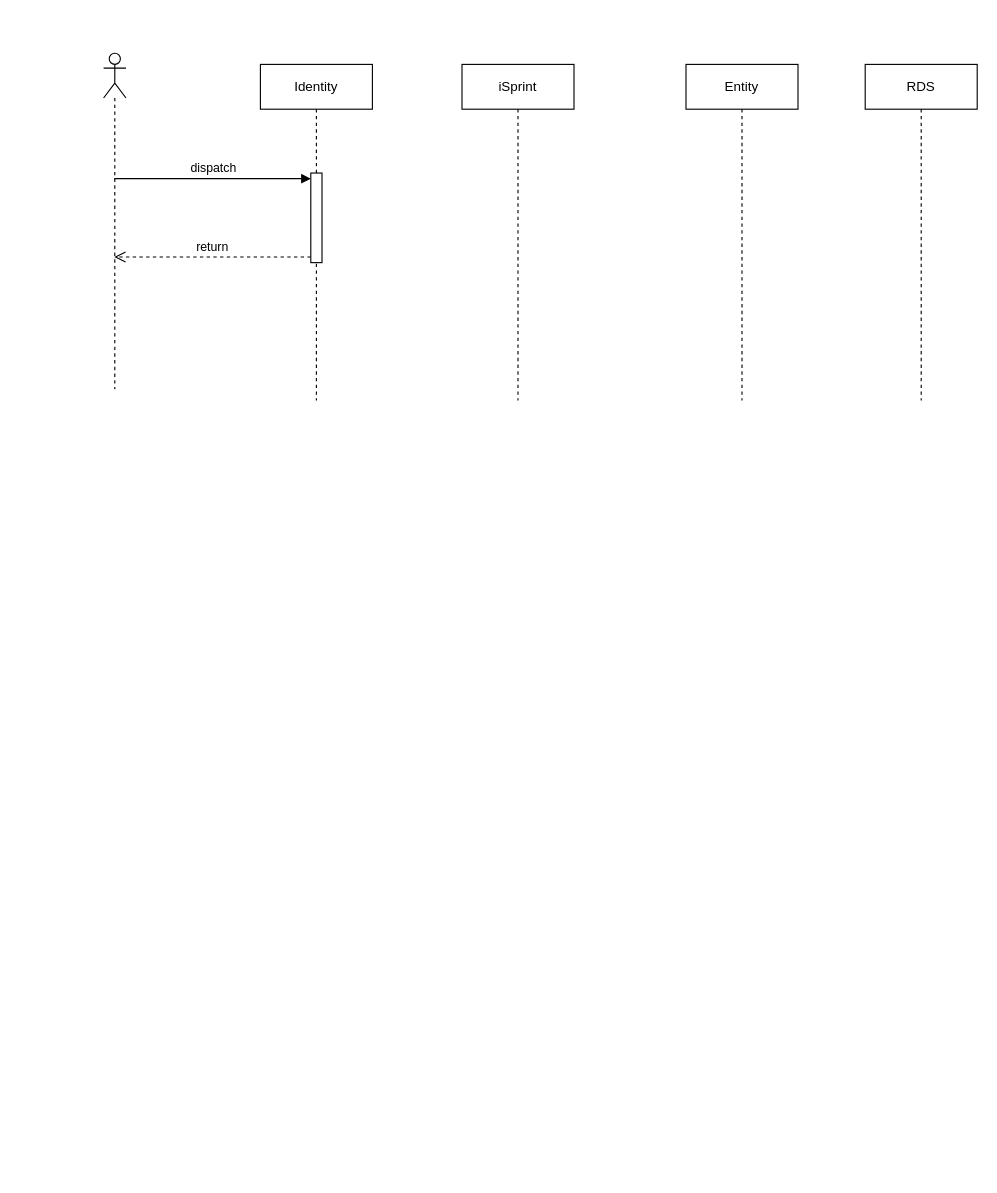
The draw.io diagram Untitled Diagram.drawio in ajeeshraj56/drawio, before the edit. Source tidied: cells renumbered, new cells numbered last; positions are measured from the earlier drawing's top-left corner, leaving out a move shared by most shapes. Both pictures are drawn from the tidied source at 112%, with x=0, y=0 at pixel (103, 53).
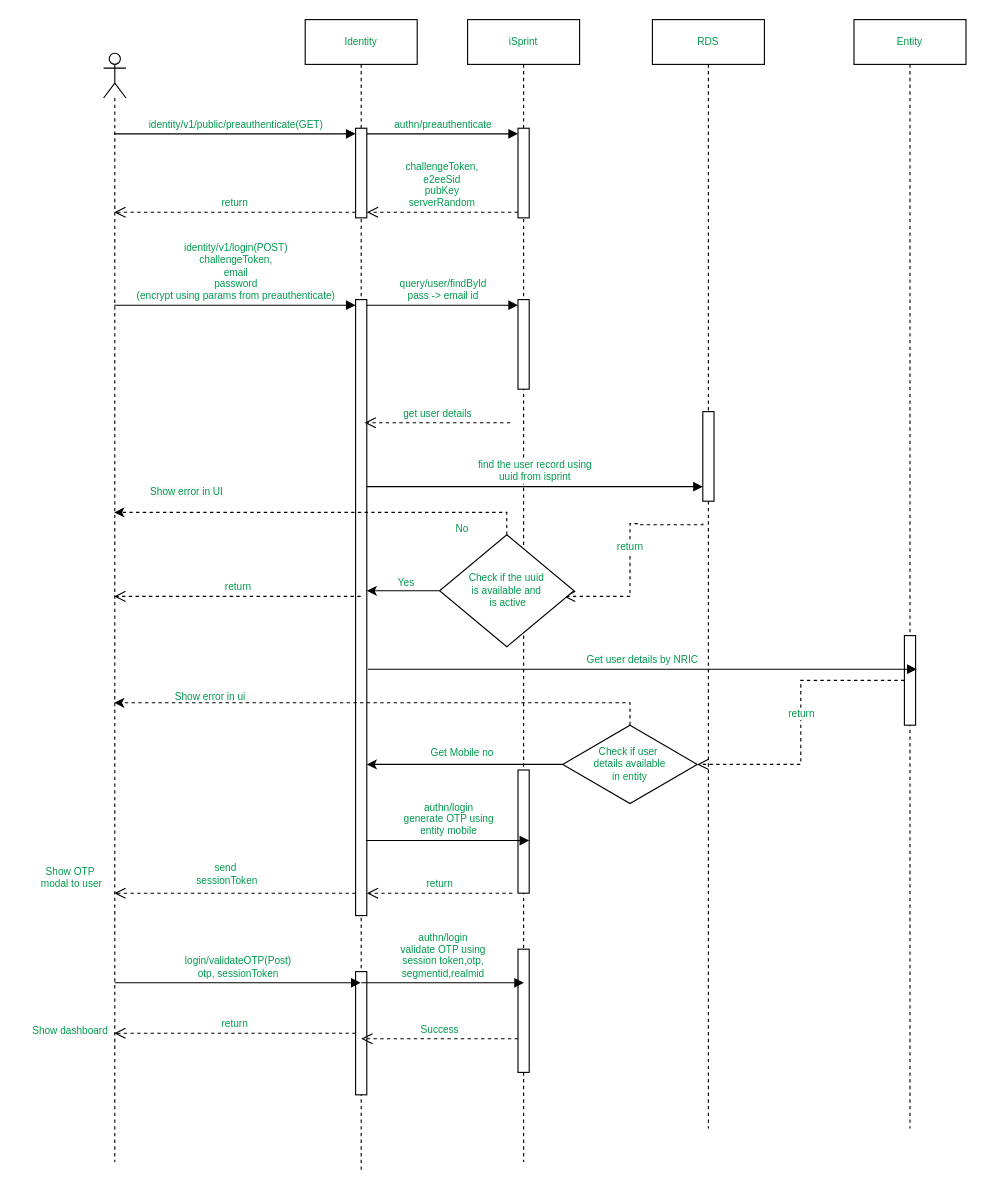
The same page after the edit.

What changed in the source:
```diff
@@
-    <mxCell id="2" style="shape=umlLifeline;perimeter=lifelinePerimeter;whiteSpace=wrap;html=1;outlineConnect=0;portConstraint=eastwest;newEdgeStyle={&quot;curved&quot;:0,&quot;rounded&quot;:0};participant=umlActor;" parent="1" vertex="1">
-      <mxGeometry width="20" height="300" as="geometry" />
+    <mxCell id="2" style="shape=umlLifeline;perimeter=lifelinePerimeter;whiteSpace=wrap;html=1;outlineConnect=0;portConstraint=eastwest;newEdgeStyle={&quot;curved&quot;:0,&quot;rounded&quot;:0};participant=umlActor;fontColor=#00994D;fontSize=9;" parent="1" vertex="1">
+      <mxGeometry width="20" height="990" as="geometry" />
     </mxCell>
-    <mxCell id="3" value="Identity" style="shape=umlLifeline;perimeter=lifelinePerimeter;whiteSpace=wrap;html=1;outlineConnect=0;portConstraint=eastwest;newEdgeStyle={&quot;curved&quot;:0,&quot;rounded&quot;:0};" parent="1" vertex="1">
-      <mxGeometry x="140" y="10" width="100" height="300" as="geometry" />
+    <mxCell id="3" value="Identity" style="shape=umlLifeline;perimeter=lifelinePerimeter;whiteSpace=wrap;html=1;outlineConnect=0;portConstraint=eastwest;newEdgeStyle={&quot;curved&quot;:0,&quot;rounded&quot;:0};fontColor=#00994D;fontSize=9;" parent="1" vertex="1">
+      <mxGeometry x="180" y="-30" width="100" height="1030" as="geometry" />
     </mxCell>
-    <mxCell id="4" style="html=1;points=[[0,0,0,0,5],[0,1,0,0,-5],[1,0,0,0,5],[1,1,0,0,-5]];perimeter=orthogonalPerimeter;outlineConnect=0;targetShapes=umlLifeline;portConstraint=eastwest;newEdgeStyle={&quot;curved&quot;:0,&quot;rounded&quot;:0};" parent="3" vertex="1">
+    <mxCell id="4" style="html=1;points=[[0,0,0,0,5],[0,1,0,0,-5],[1,0,0,0,5],[1,1,0,0,-5]];perimeter=orthogonalPerimeter;outlineConnect=0;targetShapes=umlLifeline;portConstraint=eastwest;newEdgeStyle={&quot;curved&quot;:0,&quot;rounded&quot;:0};fontColor=#00994D;fontSize=9;" parent="3" vertex="1">
       <mxGeometry x="45" y="97" width="10" height="80" as="geometry" />
     </mxCell>
+    <mxCell id="10" style="html=1;points=[[0,0,0,0,5],[0,1,0,0,-5],[1,0,0,0,5],[1,1,0,0,-5]];perimeter=orthogonalPerimeter;outlineConnect=0;targetShapes=umlLifeline;portConstraint=eastwest;newEdgeStyle={&quot;curved&quot;:0,&quot;rounded&quot;:0};fontColor=#00994D;fontSize=9;" parent="3" vertex="1">
+      <mxGeometry x="45" y="250" width="10" height="550" as="geometry" />
+    </mxCell>
+    <mxCell id="11" style="html=1;points=[[0,0,0,0,5],[0,1,0,0,-5],[1,0,0,0,5],[1,1,0,0,-5]];perimeter=orthogonalPerimeter;outlineConnect=0;targetShapes=umlLifeline;portConstraint=eastwest;newEdgeStyle={&quot;curved&quot;:0,&quot;rounded&quot;:0};fontColor=#00994D;fontSize=9;" parent="3" vertex="1">
+      <mxGeometry x="45" y="850" width="10" height="110" as="geometry" />
+    </mxCell>
-    <mxCell id="5" value="iSprint" style="shape=umlLifeline;perimeter=lifelinePerimeter;whiteSpace=wrap;html=1;newEdgeStyle={&quot;curved&quot;:0,&quot;rounded&quot;:0};" parent="1" vertex="1">
-      <mxGeometry x="320" y="10" width="100" height="300" as="geometry" />
+    <mxCell id="5" value="iSprint" style="shape=umlLifeline;perimeter=lifelinePerimeter;whiteSpace=wrap;html=1;newEdgeStyle={&quot;curved&quot;:0,&quot;rounded&quot;:0};fontColor=#00994D;fontSize=9;" parent="1" vertex="1">
+      <mxGeometry x="325" y="-30" width="100" height="1020" as="geometry" />
     </mxCell>
+    <mxCell id="12" style="html=1;points=[[0,0,0,0,5],[0,1,0,0,-5],[1,0,0,0,5],[1,1,0,0,-5]];perimeter=orthogonalPerimeter;outlineConnect=0;targetShapes=umlLifeline;portConstraint=eastwest;newEdgeStyle={&quot;curved&quot;:0,&quot;rounded&quot;:0};fontColor=#00994D;fontSize=9;" parent="5" vertex="1">
+      <mxGeometry x="45" y="97" width="10" height="80" as="geometry" />
+    </mxCell>
+    <mxCell id="13" style="html=1;points=[[0,0,0,0,5],[0,1,0,0,-5],[1,0,0,0,5],[1,1,0,0,-5]];perimeter=orthogonalPerimeter;outlineConnect=0;targetShapes=umlLifeline;portConstraint=eastwest;newEdgeStyle={&quot;curved&quot;:0,&quot;rounded&quot;:0};fontColor=#00994D;fontSize=9;" parent="5" vertex="1">
+      <mxGeometry x="45" y="250" width="10" height="80" as="geometry" />
+    </mxCell>
+    <mxCell id="14" style="html=1;perimeter=orthogonalPerimeter;targetShapes=umlLifeline;newEdgeStyle={&quot;curved&quot;:0,&quot;rounded&quot;:0};fontColor=#00994D;fontSize=9;" parent="5" vertex="1">
+      <mxGeometry x="45" y="670" width="10" height="110" as="geometry" />
+    </mxCell>
+    <mxCell id="15" style="html=1;points=[[0,0,0,0,5],[0,1,0,0,-5],[1,0,0,0,5],[1,1,0,0,-5]];perimeter=orthogonalPerimeter;outlineConnect=0;targetShapes=umlLifeline;portConstraint=eastwest;newEdgeStyle={&quot;curved&quot;:0,&quot;rounded&quot;:0};fontColor=#00994D;fontSize=9;" parent="5" vertex="1">
+      <mxGeometry x="45" y="830" width="10" height="110" as="geometry" />
+    </mxCell>
-    <mxCell id="6" value="Entity" style="shape=umlLifeline;perimeter=lifelinePerimeter;whiteSpace=wrap;html=1;newEdgeStyle={&quot;curved&quot;:0,&quot;rounded&quot;:0};" parent="1" vertex="1">
-      <mxGeometry x="520" y="10" width="100" height="300" as="geometry" />
+    <mxCell id="6" value="RDS" style="shape=umlLifeline;perimeter=lifelinePerimeter;whiteSpace=wrap;html=1;newEdgeStyle={&quot;curved&quot;:0,&quot;rounded&quot;:0};fontColor=#00994D;fontSize=9;" parent="1" vertex="1">
+      <mxGeometry x="490" y="-30" width="100" height="990" as="geometry" />
     </mxCell>
+    <mxCell id="16" style="html=1;perimeter=orthogonalPerimeter;targetShapes=umlLifeline;newEdgeStyle={&quot;curved&quot;:0,&quot;rounded&quot;:0};fontColor=#00994D;fontSize=9;" parent="6" vertex="1">
+      <mxGeometry x="45" y="350" width="10" height="80" as="geometry" />
+    </mxCell>
-    <mxCell id="7" value="RDS" style="shape=umlLifeline;perimeter=lifelinePerimeter;whiteSpace=wrap;html=1;newEdgeStyle={&quot;curved&quot;:0,&quot;rounded&quot;:0};" parent="1" vertex="1">
-      <mxGeometry x="680" y="10" width="100" height="300" as="geometry" />
+    <mxCell id="7" value="Entity" style="shape=umlLifeline;perimeter=lifelinePerimeter;whiteSpace=wrap;html=1;newEdgeStyle={&quot;curved&quot;:0,&quot;rounded&quot;:0};fontColor=#00994D;fontSize=9;" parent="1" vertex="1">
+      <mxGeometry x="670" y="-30" width="100" height="990" as="geometry" />
     </mxCell>
+    <mxCell id="17" style="html=1;points=[[0,0,0,0,5],[0,1,0,0,-5],[1,0,0,0,5],[1,1,0,0,-5]];perimeter=orthogonalPerimeter;outlineConnect=0;targetShapes=umlLifeline;portConstraint=eastwest;newEdgeStyle={&quot;curved&quot;:0,&quot;rounded&quot;:0};fontColor=#00994D;fontSize=9;" parent="7" vertex="1">
+      <mxGeometry x="45" y="550" width="10" height="80" as="geometry" />
+    </mxCell>
-    <mxCell id="8" value="dispatch" style="html=1;verticalAlign=bottom;endArrow=block;curved=0;rounded=0;entryX=0;entryY=0;entryDx=0;entryDy=5;" parent="1" edge="1" source="2" target="4">
+    <mxCell id="8" value="&lt;font style=&quot;font-size: 9px;&quot;&gt;identity/v1/public/preauthenticate(GET)&lt;/font&gt;" style="html=1;verticalAlign=bottom;endArrow=block;curved=0;rounded=0;entryX=0;entryY=0;entryDx=0;entryDy=5;fontColor=#00994D;fontSize=9;" parent="1" edge="1" source="2" target="4">
       <mxGeometry relative="1" as="geometry" />
     </mxCell>
-    <mxCell id="9" value="return" style="html=1;verticalAlign=bottom;endArrow=open;dashed=1;endSize=8;curved=0;rounded=0;exitX=0;exitY=1;exitDx=0;exitDy=-5;" parent="1" edge="1" source="4" target="2">
+    <mxCell id="9" value="return" style="html=1;verticalAlign=bottom;endArrow=open;dashed=1;endSize=8;curved=0;rounded=0;exitX=0;exitY=1;exitDx=0;exitDy=-5;fontColor=#00994D;fontSize=9;" parent="1" edge="1" source="4" target="2">
       <mxGeometry relative="1" as="geometry" />
     </mxCell>
+    <mxCell id="18" value="&lt;font style=&quot;font-size: 9px;&quot;&gt;authn/preauthenticate&lt;/font&gt;" style="html=1;verticalAlign=bottom;endArrow=block;curved=0;rounded=0;entryX=0;entryY=0;entryDx=0;entryDy=5;fontColor=#00994D;fontSize=9;" parent="1" edge="1" source="4" target="12">
+      <mxGeometry relative="1" as="geometry" />
+    </mxCell>
+    <mxCell id="19" value="&lt;font style=&quot;font-size: 9px;&quot;&gt;challengeToken,&lt;br style=&quot;font-size: 9px;&quot;&gt;e2eeSid&lt;br style=&quot;font-size: 9px;&quot;&gt;pubKey&lt;br style=&quot;font-size: 9px;&quot;&gt;serverRandom&lt;/font&gt;" style="html=1;verticalAlign=bottom;endArrow=open;dashed=1;endSize=8;curved=0;rounded=0;exitX=0;exitY=1;exitDx=0;exitDy=-5;entryX=1;entryY=1;entryDx=0;entryDy=-5;entryPerimeter=0;fontColor=#00994D;fontSize=9;" parent="1" edge="1" source="12" target="4">
+      <mxGeometry relative="1" as="geometry" />
+    </mxCell>
+    <mxCell id="20" value="&lt;font style=&quot;font-size: 9px;&quot;&gt;identity/v1/login(POST)&lt;br style=&quot;font-size: 9px;&quot;&gt;challengeToken,&lt;br style=&quot;font-size: 9px;&quot;&gt;email&lt;br style=&quot;font-size: 9px;&quot;&gt;password &lt;br style=&quot;font-size: 9px;&quot;&gt;(encrypt using params from preauthenticate)&lt;/font&gt;" style="html=1;verticalAlign=bottom;endArrow=block;curved=0;rounded=0;entryX=0;entryY=0;entryDx=0;entryDy=5;fontColor=#00994D;fontSize=9;" parent="1" edge="1" source="2" target="10">
+      <mxGeometry relative="1" as="geometry" />
+    </mxCell>
+    <mxCell id="21" value="&lt;font style=&quot;font-size: 9px;&quot;&gt;query/user/findById&lt;br style=&quot;font-size: 9px;&quot;&gt;pass -&amp;gt; email id&lt;br style=&quot;font-size: 9px;&quot;&gt;&lt;/font&gt;" style="html=1;verticalAlign=bottom;endArrow=block;curved=0;rounded=0;exitX=1;exitY=0;exitDx=0;exitDy=5;exitPerimeter=0;entryX=0;entryY=0;entryDx=0;entryDy=5;entryPerimeter=0;fontColor=#00994D;fontSize=9;" parent="1" edge="1" source="10" target="13">
+      <mxGeometry relative="1" as="geometry" />
+    </mxCell>
+    <mxCell id="22" value="&lt;span style=&quot;font-size: 9px;&quot;&gt;get user details&lt;/span&gt;" style="html=1;verticalAlign=bottom;endArrow=open;dashed=1;endSize=8;curved=0;rounded=0;exitX=0;exitY=1;exitDx=0;exitDy=-5;entryX=1;entryY=1;entryDx=0;entryDy=-5;entryPerimeter=0;fontColor=#00994D;fontSize=9;" parent="1" edge="1">
+      <mxGeometry relative="1" as="geometry">
+        <mxPoint x="363" y="330" as="sourcePoint" />
+        <mxPoint x="233" y="330" as="targetPoint" />
+      </mxGeometry>
+    </mxCell>
+    <mxCell id="23" value="&lt;font style=&quot;font-size: 9px;&quot;&gt;find the user record using &lt;br style=&quot;font-size: 9px;&quot;&gt;uuid from isprint&lt;br style=&quot;font-size: 9px;&quot;&gt;&lt;/font&gt;" style="html=1;verticalAlign=bottom;endArrow=block;curved=0;rounded=0;fontColor=#00994D;fontSize=9;" parent="1" edge="1">
+      <mxGeometry relative="1" as="geometry">
+        <mxPoint x="235" y="387" as="sourcePoint" />
+        <mxPoint x="535" y="387" as="targetPoint" />
+      </mxGeometry>
+    </mxCell>
+    <mxCell id="24" value="return" style="html=1;verticalAlign=bottom;endArrow=open;dashed=1;endSize=8;rounded=0;entryX=0.925;entryY=0.55;entryDx=0;entryDy=0;entryPerimeter=0;strokeColor=default;edgeStyle=orthogonalEdgeStyle;fontColor=#00994D;fontSize=9;" parent="1" edge="1" target="27">
+      <mxGeometry relative="1" as="geometry">
+        <mxPoint x="535" y="420" as="sourcePoint" />
+        <Array as="points">
+          <mxPoint x="535" y="421" />
+          <mxPoint x="478" y="421" />
+          <mxPoint x="478" y="420" />
+          <mxPoint x="470" y="420" />
+          <mxPoint x="470" y="485" />
+        </Array>
+      </mxGeometry>
+    </mxCell>
+    <mxCell id="25" style="rounded=0;jettySize=auto;html=1;exitX=0;exitY=0.5;exitDx=0;exitDy=0;fontColor=#00994D;fontSize=9;" parent="1" edge="1" source="27" target="10">
+      <mxGeometry relative="1" as="geometry" />
+    </mxCell>
+    <mxCell id="26" style="edgeStyle=orthogonalEdgeStyle;rounded=0;jettySize=auto;html=1;exitX=0.5;exitY=0;exitDx=0;exitDy=0;dashed=1;fontColor=#00994D;fontSize=9;" parent="1" edge="1" source="27" target="2">
+      <mxGeometry relative="1" as="geometry">
+        <Array as="points">
+          <mxPoint x="360" y="410" />
+        </Array>
+      </mxGeometry>
+    </mxCell>
+    <mxCell id="27" value="&lt;font style=&quot;font-size: 9px;&quot;&gt;Check if the uuid &lt;br style=&quot;font-size: 9px;&quot;&gt;is available and&lt;br style=&quot;font-size: 9px;&quot;&gt;&amp;nbsp;is active&lt;/font&gt;" style="rhombus;whiteSpace=wrap;html=1;fontColor=#00994D;fontSize=9;" parent="1" vertex="1">
+      <mxGeometry x="300" y="430" width="120" height="100" as="geometry" />
+    </mxCell>
+    <mxCell id="28" value="No" style="text;html=1;align=center;verticalAlign=middle;strokeColor=none;fillColor=none;fontColor=#00994D;fontSize=9;" parent="1" vertex="1">
+      <mxGeometry x="300" y="415" width="40" height="20" as="geometry" />
+    </mxCell>
+    <mxCell id="29" value="Yes" style="text;html=1;align=center;verticalAlign=middle;strokeColor=none;fillColor=none;fontColor=#00994D;fontSize=9;" parent="1" vertex="1">
+      <mxGeometry x="250" y="463" width="40" height="20" as="geometry" />
+    </mxCell>
+    <mxCell id="30" value="&lt;span style=&quot;font-family: Helvetica; font-style: normal; font-variant-ligatures: normal; font-variant-caps: normal; font-weight: 400; letter-spacing: normal; orphans: 2; text-align: center; text-indent: 0px; text-transform: none; widows: 2; word-spacing: 0px; -webkit-text-stroke-width: 0px; background-color: rgb(251, 251, 251); text-decoration-thickness: initial; text-decoration-style: initial; text-decoration-color: initial; float: none; display: inline !important; font-size: 9px;&quot;&gt;&lt;font style=&quot;font-size: 9px;&quot;&gt;Show error in UI&lt;/font&gt;&lt;/span&gt;" style="text;whiteSpace=wrap;html=1;fontColor=#00994D;fontSize=9;" parent="1" vertex="1">
+      <mxGeometry x="40" y="380" width="120" height="40" as="geometry" />
+    </mxCell>
+    <mxCell id="31" value="&lt;font style=&quot;font-size: 9px;&quot;&gt;Get user details by NRIC&lt;/font&gt;" style="html=1;verticalAlign=bottom;endArrow=block;curved=0;rounded=0;fontColor=#00994D;fontSize=9;" parent="1" edge="1">
+      <mxGeometry relative="1" as="geometry">
+        <mxPoint x="236" y="550" as="sourcePoint" />
+        <mxPoint x="726" y="550" as="targetPoint" />
+      </mxGeometry>
+    </mxCell>
+    <mxCell id="32" style="rounded=0;jettySize=auto;html=1;exitX=0;exitY=0.5;exitDx=0;exitDy=0;fontColor=#00994D;fontSize=9;" parent="1" edge="1" source="33" target="10">
+      <mxGeometry relative="1" as="geometry" />
+    </mxCell>
+    <mxCell id="33" value="&lt;font style=&quot;font-size: 9px;&quot;&gt;Check if user&amp;nbsp;&lt;br style=&quot;font-size: 9px;&quot;&gt;details available&lt;br style=&quot;font-size: 9px;&quot;&gt;in entity&lt;br style=&quot;font-size: 9px;&quot;&gt;&lt;/font&gt;" style="rhombus;whiteSpace=wrap;html=1;fontColor=#00994D;fontSize=9;" parent="1" vertex="1">
+      <mxGeometry x="410" y="600" width="120" height="70" as="geometry" />
+    </mxCell>
+    <mxCell id="34" value="return" style="html=1;verticalAlign=bottom;endArrow=open;dashed=1;endSize=8;rounded=0;entryX=1;entryY=0.5;entryDx=0;entryDy=0;edgeStyle=orthogonalEdgeStyle;fontColor=#00994D;fontSize=9;" parent="1" edge="1" source="17" target="33">
+      <mxGeometry relative="1" as="geometry" />
+    </mxCell>
+    <mxCell id="35" style="edgeStyle=orthogonalEdgeStyle;rounded=0;orthogonalLoop=1;jettySize=auto;html=1;exitX=0.5;exitY=0;exitDx=0;exitDy=0;dashed=1;fontColor=#00994D;fontSize=9;" parent="1" edge="1">
+      <mxGeometry relative="1" as="geometry">
+        <mxPoint x="470" y="600" as="sourcePoint" />
+        <mxPoint x="9.5" y="580" as="targetPoint" />
+        <Array as="points">
+          <mxPoint x="470" y="580" />
+        </Array>
+      </mxGeometry>
+    </mxCell>
+    <mxCell id="36" value="&lt;font style=&quot;font-size: 9px;&quot;&gt;Show error in ui&lt;/font&gt;" style="text;html=1;align=center;verticalAlign=middle;strokeColor=none;fillColor=none;fontColor=#00994D;fontSize=9;" parent="1" vertex="1">
+      <mxGeometry x="50" y="565" width="90" height="20" as="geometry" />
+    </mxCell>
+    <mxCell id="37" value="&lt;font style=&quot;font-size: 9px;&quot;&gt;Get Mobile no&lt;/font&gt;" style="text;html=1;align=center;verticalAlign=middle;strokeColor=none;fillColor=none;fontColor=#00994D;fontSize=9;" parent="1" vertex="1">
+      <mxGeometry x="280" y="615" width="80" height="20" as="geometry" />
+    </mxCell>
+    <mxCell id="38" value="&lt;font style=&quot;font-size: 9px;&quot;&gt;authn/login&lt;br style=&quot;font-size: 9px;&quot;&gt;generate OTP using &lt;br style=&quot;font-size: 9px;&quot;&gt;entity mobile&lt;/font&gt;" style="html=1;verticalAlign=bottom;endArrow=block;curved=0;rounded=0;exitX=0.967;exitY=0.97;exitDx=0;exitDy=0;exitPerimeter=0;fontColor=#00994D;entryX=1;entryY=0.727;entryDx=0;entryDy=0;entryPerimeter=0;fontSize=9;" parent="1" edge="1">
+      <mxGeometry relative="1" as="geometry">
+        <mxPoint x="234.7" y="703" as="sourcePoint" />
+        <mxPoint x="380" y="703" as="targetPoint" />
+      </mxGeometry>
+    </mxCell>
+    <mxCell id="39" value="return" style="html=1;verticalAlign=bottom;endArrow=open;dashed=1;endSize=8;curved=0;rounded=0;fontColor=#00994D;fontSize=9;" parent="1" edge="1">
+      <mxGeometry relative="1" as="geometry">
+        <mxPoint x="365" y="750" as="sourcePoint" />
+        <mxPoint x="235" y="750" as="targetPoint" />
+      </mxGeometry>
+    </mxCell>
+    <mxCell id="40" value="&lt;font style=&quot;font-size: 9px;&quot;&gt;Show OTP&lt;br style=&quot;font-size: 9px;&quot;&gt;&amp;nbsp;modal to user&lt;/font&gt;" style="html=1;verticalAlign=bottom;endArrow=open;dashed=1;endSize=8;curved=0;rounded=0;fontColor=#00994D;fontSize=9;" parent="1" edge="1">
+      <mxGeometry x="1" y="40" relative="1" as="geometry">
+        <mxPoint x="225" y="750" as="sourcePoint" />
+        <mxPoint x="9.5" y="750" as="targetPoint" />
+        <mxPoint x="-39" y="-40" as="offset" />
+      </mxGeometry>
+    </mxCell>
+    <mxCell id="41" value="&lt;font style=&quot;font-size: 9px;&quot;&gt;send&amp;nbsp;&lt;br style=&quot;font-size: 9px;&quot;&gt;sessionToken&lt;/font&gt;" style="text;html=1;align=center;verticalAlign=middle;strokeColor=none;fillColor=none;fontColor=#00994D;fontSize=9;" parent="1" vertex="1">
+      <mxGeometry x="70" y="713" width="80" height="40" as="geometry" />
+    </mxCell>
+    <mxCell id="42" value="&lt;font style=&quot;font-size: 9px;&quot;&gt;login/validateOTP(Post)&lt;br style=&quot;font-size: 9px;&quot;&gt;otp, sessionToken&lt;/font&gt;" style="html=1;verticalAlign=bottom;endArrow=block;curved=0;rounded=0;fontColor=#00994D;fontSize=9;" parent="1" edge="1" target="3">
+      <mxGeometry relative="1" as="geometry">
+        <mxPoint x="10" y="830" as="sourcePoint" />
+      </mxGeometry>
+    </mxCell>
+    <mxCell id="43" value="&lt;font style=&quot;font-size: 9px;&quot;&gt;authn/login&lt;br style=&quot;font-size: 9px;&quot;&gt;validate OTP using &lt;br style=&quot;font-size: 9px;&quot;&gt;session token,otp,&lt;br style=&quot;font-size: 9px;&quot;&gt;segmentid,realmid&lt;br style=&quot;font-size: 9px;&quot;&gt;&lt;/font&gt;" style="html=1;verticalAlign=bottom;endArrow=block;curved=0;rounded=0;exitX=0.967;exitY=0.97;exitDx=0;exitDy=0;exitPerimeter=0;fontColor=#00994D;entryX=1;entryY=0.727;entryDx=0;entryDy=0;entryPerimeter=0;fontSize=9;" parent="1" edge="1">
+      <mxGeometry relative="1" as="geometry">
+        <mxPoint x="230" y="830" as="sourcePoint" />
+        <mxPoint x="375.3" y="830" as="targetPoint" />
+      </mxGeometry>
+    </mxCell>
+    <mxCell id="44" value="Success" style="html=1;verticalAlign=bottom;endArrow=open;dashed=1;endSize=8;curved=0;rounded=0;fontColor=#00994D;fontSize=9;" parent="1" edge="1" source="15">
+      <mxGeometry relative="1" as="geometry">
+        <mxPoint x="230" y="880" as="targetPoint" />
+      </mxGeometry>
+    </mxCell>
+    <mxCell id="45" value="return" style="html=1;verticalAlign=bottom;endArrow=open;dashed=1;endSize=8;curved=0;rounded=0;fontColor=#00994D;fontSize=9;" parent="1" edge="1" source="3" target="2">
+      <mxGeometry relative="1" as="geometry" />
+    </mxCell>
+    <mxCell id="46" value="return" style="html=1;verticalAlign=bottom;endArrow=open;dashed=1;endSize=8;curved=0;rounded=0;fontSize=9;fontColor=#00994D;" parent="1" edge="1" source="11" target="2">
+      <mxGeometry relative="1" as="geometry" />
+    </mxCell>
+    <mxCell id="47" value="&lt;font style=&quot;font-size: 9px;&quot;&gt;Show dashboard&lt;/font&gt;" style="text;html=1;align=center;verticalAlign=middle;strokeColor=none;fillColor=none;fontSize=9;fontColor=#00994D;" parent="1" vertex="1">
+      <mxGeometry x="-75" y="863" width="90" height="20" as="geometry" />
+    </mxCell>
```
